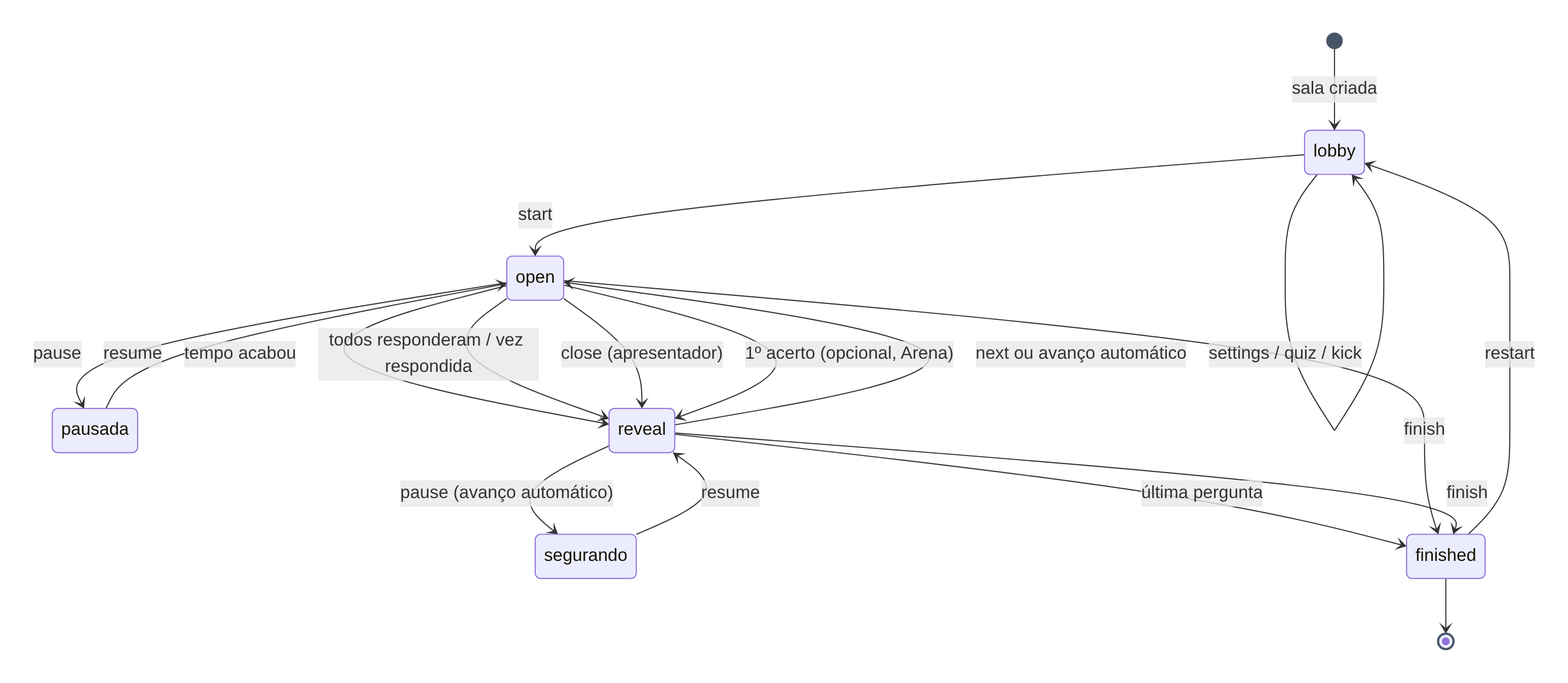
The Mermaid diagram docs/diagramas/03_ciclo_partida.png in luiskenji-ido/arena-quiz-multiplayer, before a commit. Its source is kept beside it as docs/diagramas/03_ciclo_partida.mmd.
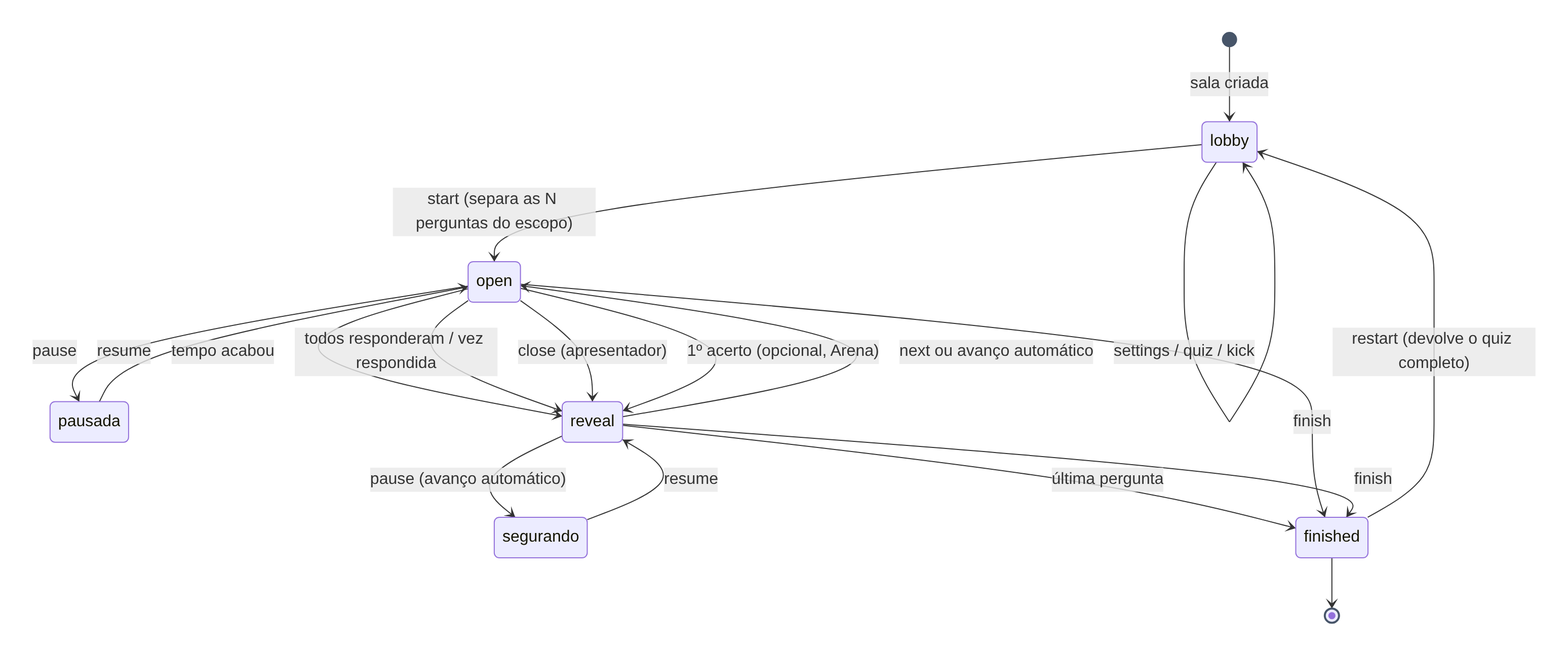
The same file after the commit.

What changed in the source:
```diff
@@ -1,6 +1,6 @@
 stateDiagram-v2
   [*] --> lobby: sala criada
-  lobby --> open: start
+  lobby --> open: start (separa as N perguntas do escopo)
   open --> pausada: pause
   pausada --> open: resume
   open --> reveal: tempo acabou
@@ -13,6 +13,6 @@
   reveal --> finished: última pergunta
   open --> finished: finish
   reveal --> finished: finish
-  finished --> lobby: restart
+  finished --> lobby: restart (devolve o quiz completo)
   lobby --> lobby: settings / quiz / kick
   finished --> [*]
```
